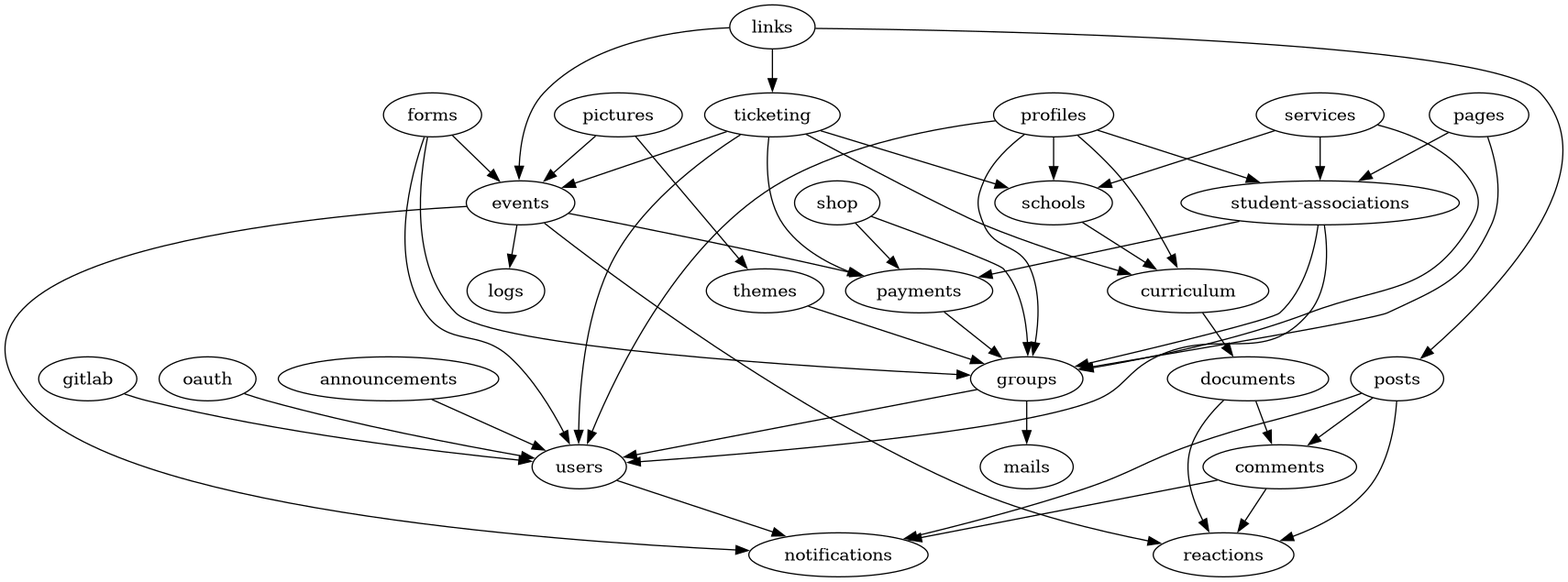
The Graphviz diagram packages/api/scripts/modules-import-graph.png in inp-net/churros, before a commit. Its source is kept beside it as packages/api/scripts/modules-import-graph.dot.
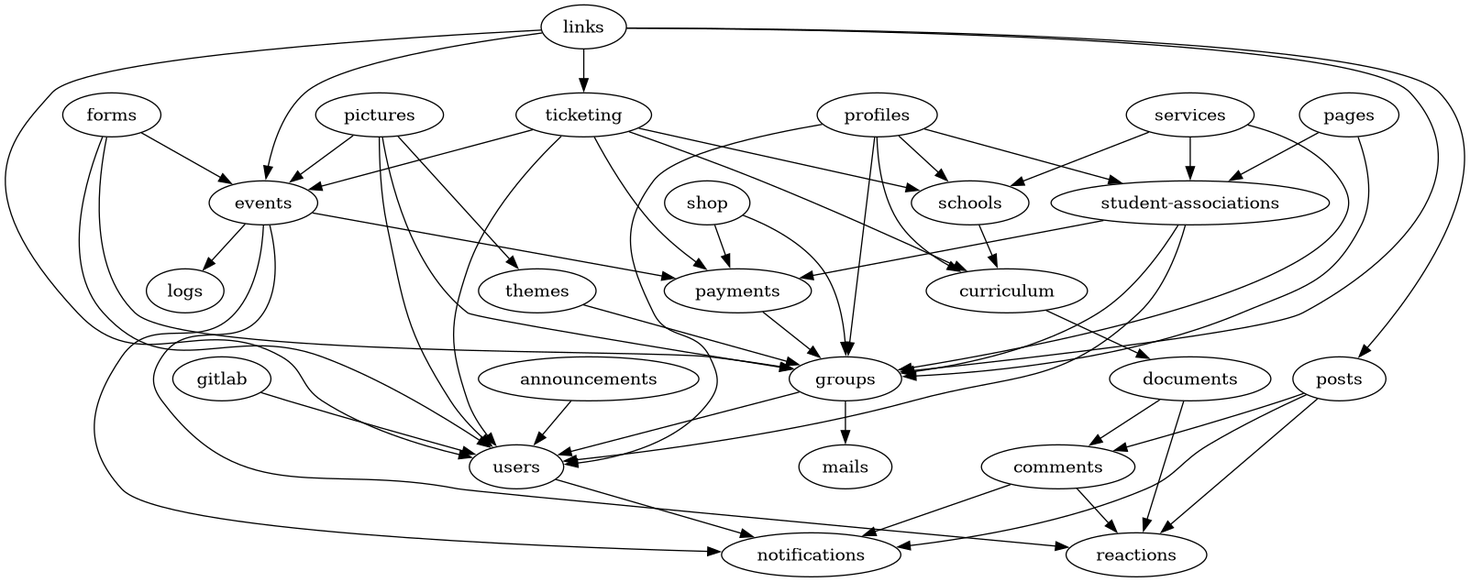
The same diagram one commit later.

Commit message:
docs: update modules import graph

Change to the diagram source:
```diff
@@ -16,14 +16,17 @@
     "groups" -> "mails";
     "groups" -> "users";
     "links" -> "events";
+    "links" -> "groups";
     "links" -> "posts";
     "links" -> "ticketing";
-    "oauth" -> "users";
+    "links" -> "users";
     "pages" -> "groups";
     "pages" -> "student-associations";
     "payments" -> "groups";
     "pictures" -> "events";
+    "pictures" -> "groups";
     "pictures" -> "themes";
+    "pictures" -> "users";
     "posts" -> "comments";
     "posts" -> "notifications";
     "posts" -> "reactions";
```
